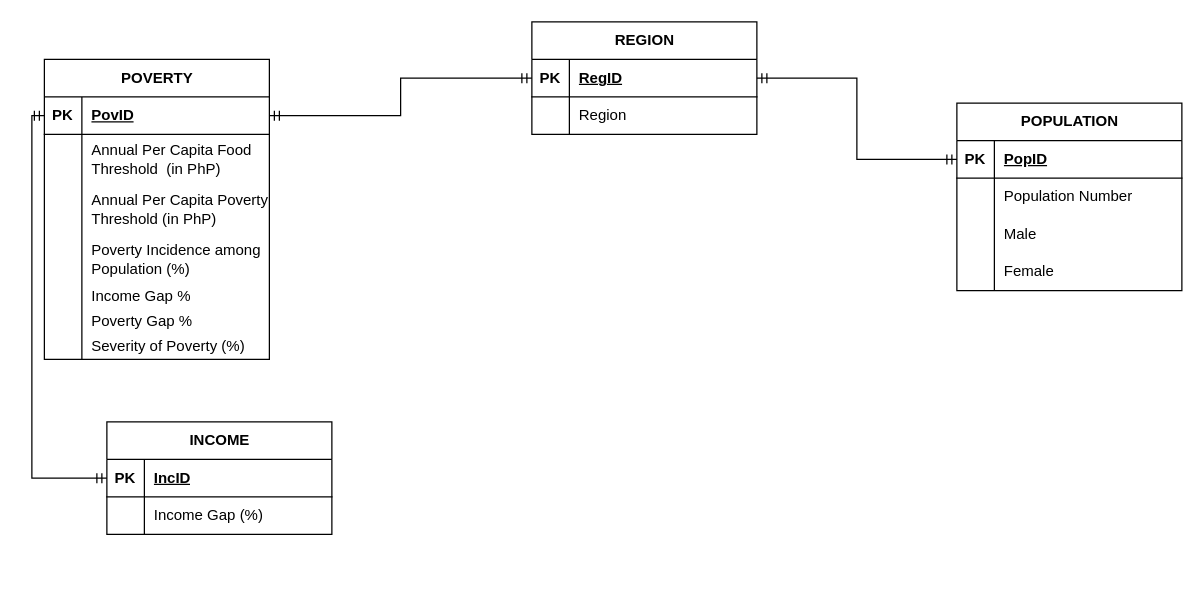
The draw.io diagram page "NRM" (3 of 3) of DECapstone diagrams.drawio in vinsanity2022/SPARTACapstone, before the edit. Source tidied: cells renumbered, new cells numbered last; positions are measured from the earlier drawing's top-left corner, leaving out a move shared by most shapes. Both pictures are drawn from the tidied source at 125%, with x=0, y=0 at pixel (44, 21).
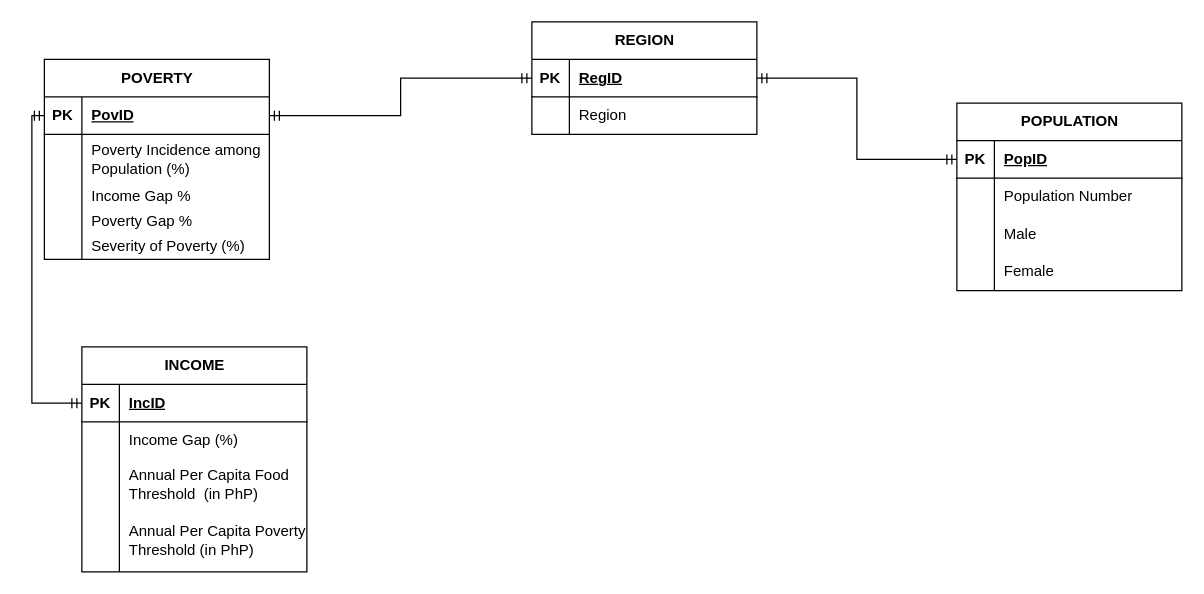
After the change.

What changed in the source:
```diff
@@
     <mxCell id="2" value="POVERTY" style="shape=table;startSize=30;childLayout=tableLayout;rowLines=0;fontStyle=1;align=center;html=1;" parent="1" vertex="1">
-      <mxGeometry y="30" width="180" height="240" as="geometry" />
+      <mxGeometry y="30" width="180" height="160" as="geometry" />
     </mxCell>
@@
-    <mxCell id="6" style="shape=tableRow;horizontal=0;startSize=0;swimlaneHead=0;swimlaneBody=0;fillColor=none;top=0;left=0;right=0;bottom=0;" parent="2" vertex="1">
-      <mxGeometry y="60" width="180" height="40" as="geometry" />
-    </mxCell>
-    <mxCell id="7" style="shape=partialRectangle;fillColor=none;top=0;left=0;bottom=0;right=0;overflow=hidden;whiteSpace=wrap;html=1;" parent="6" vertex="1">
-      <mxGeometry width="30" height="40" as="geometry" />
-    </mxCell>
-    <mxCell id="8" value="Annual Per Capita Food Threshold&amp;nbsp; (in PhP)" style="shape=partialRectangle;fillColor=none;top=0;left=0;bottom=0;right=0;align=left;spacingLeft=6;overflow=hidden;whiteSpace=wrap;html=1;" parent="6" vertex="1">
-      <mxGeometry x="30" width="150" height="40" as="geometry" />
-    </mxCell>
-    <mxCell id="9" style="shape=tableRow;horizontal=0;startSize=0;swimlaneHead=0;swimlaneBody=0;fillColor=none;top=0;left=0;right=0;bottom=0;" parent="2" vertex="1">
-      <mxGeometry y="100" width="180" height="40" as="geometry" />
-    </mxCell>
-    <mxCell id="10" style="shape=partialRectangle;fillColor=none;top=0;left=0;bottom=0;right=0;overflow=hidden;whiteSpace=wrap;html=1;" parent="9" vertex="1">
-      <mxGeometry width="30" height="40" as="geometry" />
-    </mxCell>
-    <mxCell id="11" value="Annual Per Capita Poverty Threshold (in PhP)" style="shape=partialRectangle;fillColor=none;top=0;left=0;bottom=0;right=0;align=left;spacingLeft=6;overflow=hidden;whiteSpace=wrap;html=1;" parent="9" vertex="1">
-      <mxGeometry x="30" width="150" height="40" as="geometry" />
-    </mxCell>
     <mxCell id="12" style="shape=tableRow;horizontal=0;startSize=0;swimlaneHead=0;swimlaneBody=0;fillColor=none;top=0;left=0;right=0;bottom=0;" parent="2" vertex="1">
-      <mxGeometry y="140" width="180" height="40" as="geometry" />
+      <mxGeometry y="60" width="180" height="40" as="geometry" />
     </mxCell>
@@
     <mxCell id="15" style="shape=tableRow;horizontal=0;startSize=0;swimlaneHead=0;swimlaneBody=0;fillColor=none;top=0;left=0;right=0;bottom=0;" parent="2" vertex="1">
-      <mxGeometry y="180" width="180" height="20" as="geometry" />
+      <mxGeometry y="100" width="180" height="20" as="geometry" />
     </mxCell>
@@
     <mxCell id="18" style="shape=tableRow;horizontal=0;startSize=0;swimlaneHead=0;swimlaneBody=0;fillColor=none;top=0;left=0;right=0;bottom=0;" parent="2" vertex="1">
-      <mxGeometry y="200" width="180" height="20" as="geometry" />
+      <mxGeometry y="120" width="180" height="20" as="geometry" />
     </mxCell>
@@
     <mxCell id="21" style="shape=tableRow;horizontal=0;startSize=0;swimlaneHead=0;swimlaneBody=0;fillColor=none;top=0;left=0;right=0;bottom=0;" parent="2" vertex="1">
-      <mxGeometry y="220" width="180" height="20" as="geometry" />
+      <mxGeometry y="140" width="180" height="20" as="geometry" />
     </mxCell>
@@
     <mxCell id="24" value="INCOME" style="shape=table;startSize=30;childLayout=tableLayout;rowLines=0;fontStyle=1;align=center;html=1;" parent="1" vertex="1">
-      <mxGeometry x="50" y="320" width="180" height="90" as="geometry" />
+      <mxGeometry x="30" y="260" width="180" height="180" as="geometry" />
     </mxCell>
@@
+    <mxCell id="54" style="shape=tableRow;horizontal=0;startSize=0;swimlaneHead=0;swimlaneBody=0;fillColor=none;top=0;left=0;right=0;bottom=0;" parent="24" vertex="1">
+      <mxGeometry y="90" width="180" height="40" as="geometry" />
+    </mxCell>
+    <mxCell id="55" style="shape=partialRectangle;fillColor=none;top=0;left=0;bottom=0;right=0;overflow=hidden;whiteSpace=wrap;html=1;" parent="54" vertex="1">
+      <mxGeometry width="30" height="40" as="geometry" />
+    </mxCell>
+    <mxCell id="8" value="Annual Per Capita Food Threshold&amp;nbsp; (in PhP)" style="shape=partialRectangle;fillColor=none;top=0;left=0;bottom=0;right=0;align=left;spacingLeft=6;overflow=hidden;whiteSpace=wrap;html=1;" parent="54" vertex="1">
+      <mxGeometry x="30" width="150" height="40" as="geometry" />
+    </mxCell>
+    <mxCell id="56" style="shape=tableRow;horizontal=0;startSize=0;swimlaneHead=0;swimlaneBody=0;fillColor=none;top=0;left=0;right=0;bottom=0;" parent="24" vertex="1">
+      <mxGeometry y="130" width="180" height="50" as="geometry" />
+    </mxCell>
+    <mxCell id="57" style="shape=partialRectangle;fillColor=none;top=0;left=0;bottom=0;right=0;overflow=hidden;whiteSpace=wrap;html=1;" parent="56" vertex="1">
+      <mxGeometry width="30" height="50" as="geometry" />
+    </mxCell>
+    <mxCell id="11" value="Annual Per Capita Poverty Threshold (in PhP)" style="shape=partialRectangle;fillColor=none;top=0;left=0;bottom=0;right=0;align=left;spacingLeft=6;overflow=hidden;whiteSpace=wrap;html=1;" parent="56" vertex="1">
+      <mxGeometry x="30" width="150" height="50" as="geometry" />
+    </mxCell>
```
